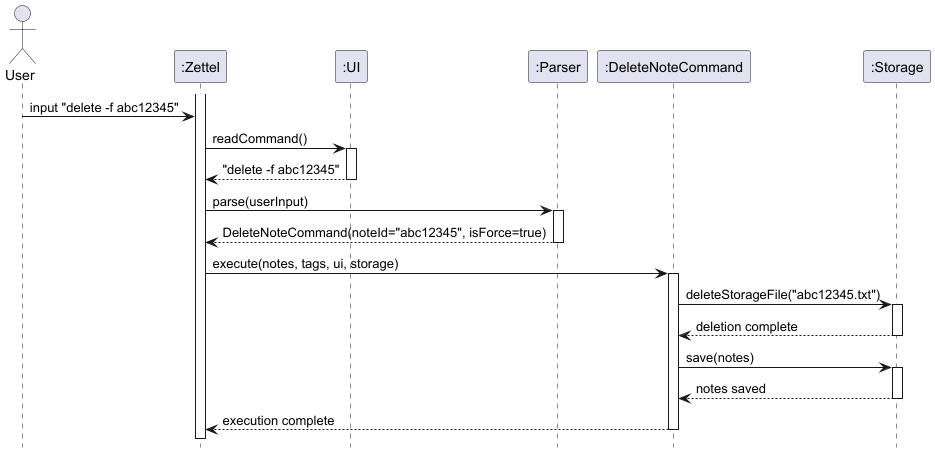
The PlantUML diagram docs/images/ParserSequence.png in shauntsr/tp, before a commit.
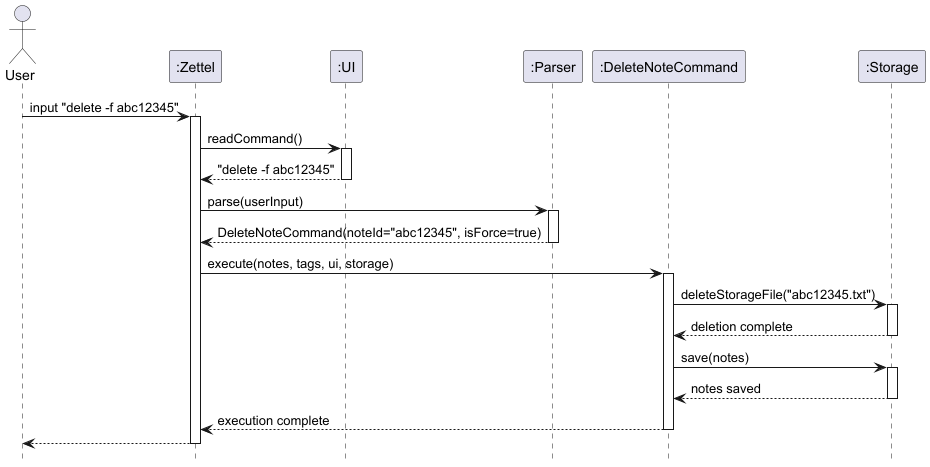
After the commit.

Commit message:
Fix ParserSequence.puml and its diagram (#162)

Change to the diagram source:
```diff
@@ -8,9 +8,9 @@
 participant ":DeleteNoteCommand"
 participant ":Storage"
 
-activate ":Zettel"
 
 User -> ":Zettel": input "delete -f abc12345"
+activate ":Zettel"
 ":Zettel" -> ":UI": readCommand()
 activate ":UI"
 ":UI" --> ":Zettel": "delete -f abc12345"
@@ -37,4 +37,6 @@
 ":DeleteNoteCommand" --> ":Zettel": execution complete
 deactivate ":DeleteNoteCommand"
 
+":Zettel" --> "User"
+deactivate ":Zettel"
 @enduml
```
